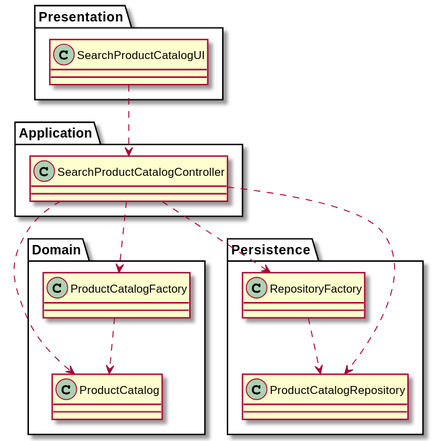
This is Documentação/1200616/US1002/US1002_CD.svg from 1190772/LAB-Project-4, a PlantUML export, as it was before one commit.
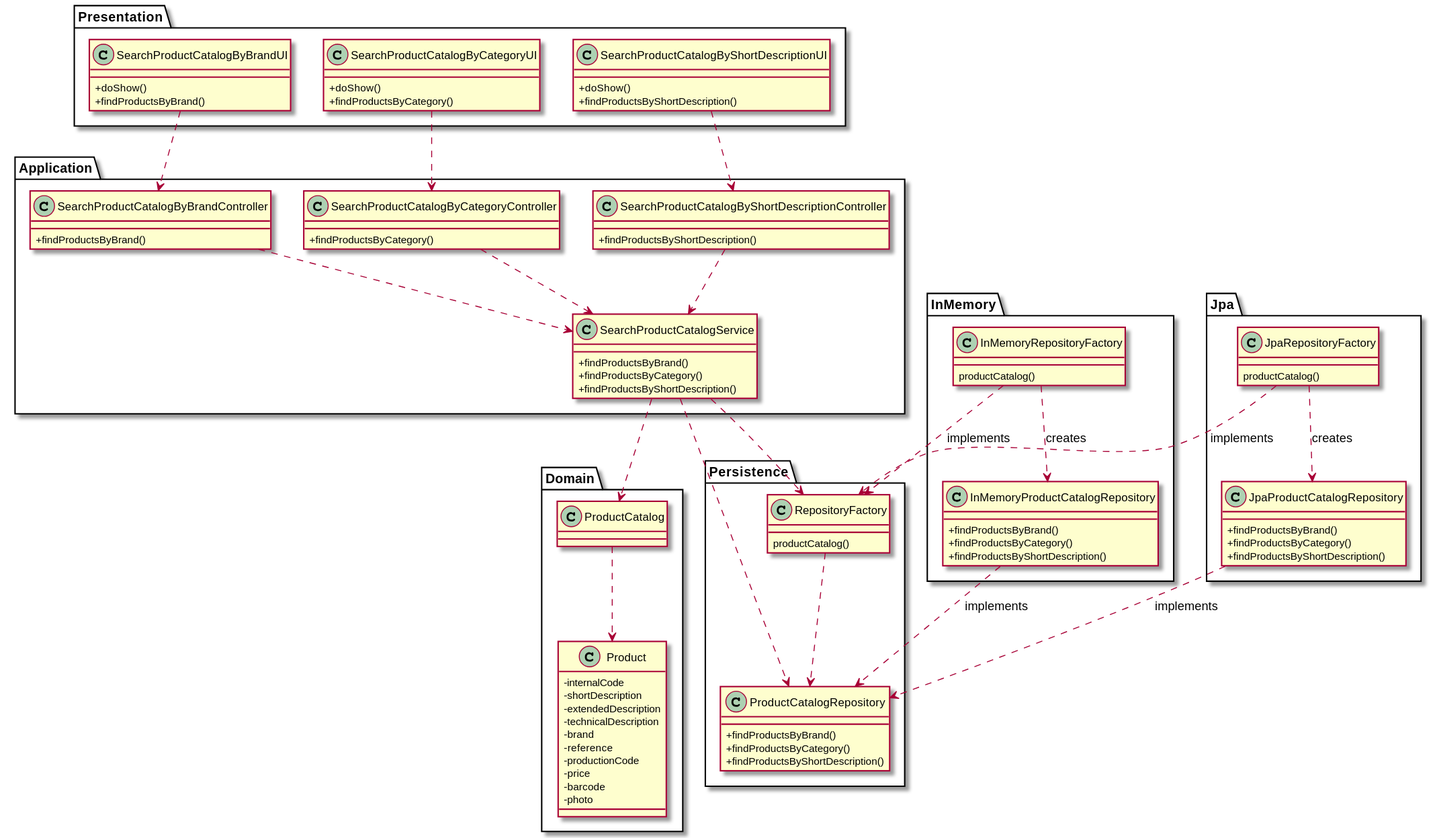
Later version of the same file.

Change to the diagram source:
```diff
@@ -2,13 +2,41 @@
 skinparam classAttributeIconSize 0
 
 Package Presentation{
-class SearchProductCatalogUI {
+class SearchProductCatalogByBrandUI {
+    +doShow()
+    +findProductsByBrand()
 }
+
+class SearchProductCatalogByCategoryUI {
+    +doShow()
+    +findProductsByCategory()
+}
+
+class SearchProductCatalogByShortDescriptionUI {
+    +doShow()
+    +findProductsByShortDescription()
+}
+
 }
 
 Package Application{
 
-class SearchProductCatalogController {
+class SearchProductCatalogByBrandController {
+    +findProductsByBrand()
+}
+
+class SearchProductCatalogByCategoryController {
+    +findProductsByCategory()
+}
+
+class SearchProductCatalogByShortDescriptionController {
+    +findProductsByShortDescription()
+}
+
+class SearchProductCatalogService{
+    +findProductsByBrand()
+    +findProductsByCategory()
+    +findProductsByShortDescription()
 }
 }
 
@@ -17,24 +45,73 @@
 class ProductCatalog {
 }
 
-class ProductCatalogFactory{
+class Product{
+  -internalCode
+  -shortDescription
+  -extendedDescription
+  -technicalDescription
+  -brand
+  -reference
+  -productionCode
+  -price
+  -barcode
+  -photo
 }
 }
 
 
 Package Persistence{
 class RepositoryFactory{
+    productCatalog()
 }
 
 class ProductCatalogRepository{
+    +findProductsByBrand()
+    +findProductsByCategory()
+    +findProductsByShortDescription()
 }
 }
 
-SearchProductCatalogUI ..> SearchProductCatalogController
-SearchProductCatalogController ..> ProductCatalog
-SearchProductCatalogController ..> ProductCatalogRepository
-SearchProductCatalogController ..> RepositoryFactory
-SearchProductCatalogController ..> ProductCatalogFactory
+Package InMemory{
+class InMemoryProductCatalogRepository{
+    +findProductsByBrand()
+    +findProductsByCategory()
+    +findProductsByShortDescription()
+}
+
+class InMemoryRepositoryFactory{
+    productCatalog()
+}
+}
+
+Package Jpa{
+class JpaProductCatalogRepository{
+    +findProductsByBrand()
+    +findProductsByCategory()
+    +findProductsByShortDescription()
+}
+
+class JpaRepositoryFactory{
+    productCatalog()
+}
+}
+
+SearchProductCatalogByBrandUI ..> SearchProductCatalogByBrandController
+SearchProductCatalogByCategoryUI ..> SearchProductCatalogByCategoryController
+SearchProductCatalogByShortDescriptionUI ..> SearchProductCatalogByShortDescriptionController
+SearchProductCatalogByBrandController ..> SearchProductCatalogService
+SearchProductCatalogByCategoryController ..> SearchProductCatalogService
+SearchProductCatalogByShortDescriptionController ..> SearchProductCatalogService
+SearchProductCatalogService ..> ProductCatalog
+ProductCatalog ..> Product
+SearchProductCatalogService ..> ProductCatalogRepository
+SearchProductCatalogService ..> RepositoryFactory
 RepositoryFactory ..> ProductCatalogRepository
-ProductCatalogFactory..> ProductCatalog
+InMemoryRepositoryFactory ..> RepositoryFactory : implements
+JpaRepositoryFactory ..> RepositoryFactory : implements
+InMemoryRepositoryFactory ..> InMemoryProductCatalogRepository : creates
+JpaRepositoryFactory ..> JpaProductCatalogRepository : creates
+InMemoryProductCatalogRepository ..> ProductCatalogRepository : implements
+JpaProductCatalogRepository ..> ProductCatalogRepository : implements
+
 @enduml
```
